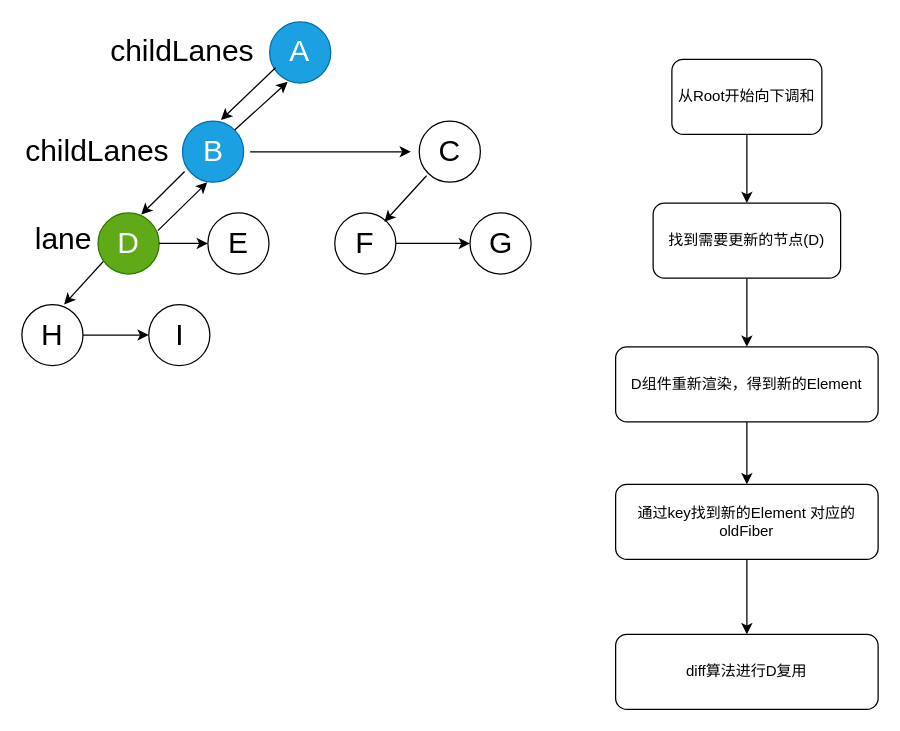
Before: React/diff/2.调和过程.drawio in YoungMandy/Web-Front, a draw.io diagram. Source tidied: cells renumbered, new cells numbered last; positions are measured from the earlier drawing's top-left corner, leaving out a move shared by most shapes. Both pictures are drawn from the tidied source at 125%, with x=0, y=0 at pixel (21, 21).
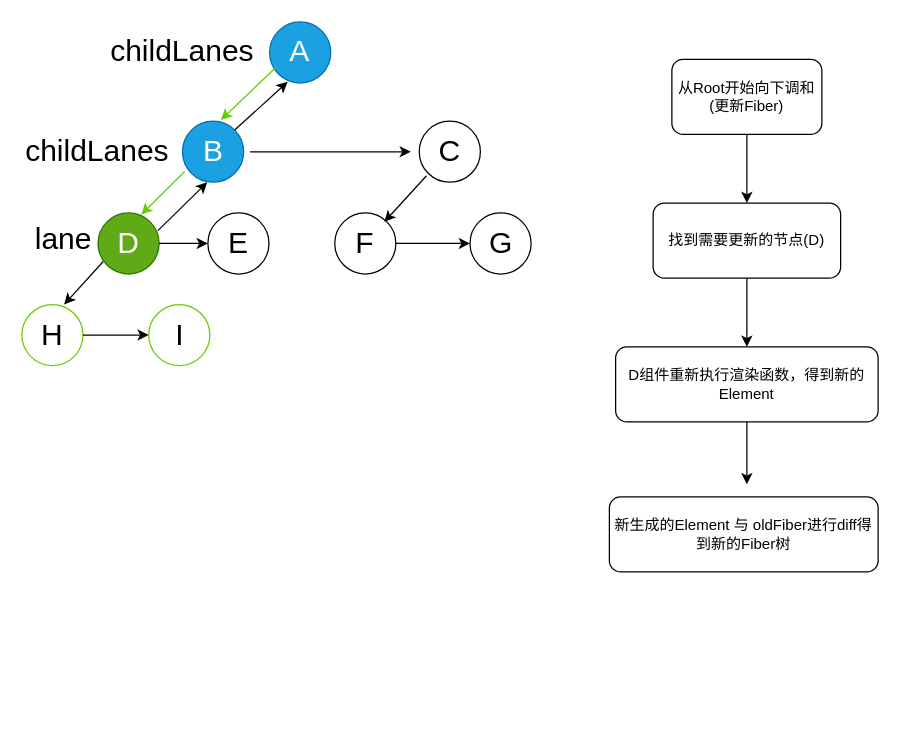
Above is the later version.

The change refers to these unchanged cells:
```xml
<mxCell id="13" value="B" style="ellipse;whiteSpace=wrap;html=1;fontSize=24;fillColor=#1ba1e2;fontColor=#ffffff;strokeColor=#006EAF;" parent="1" vertex="1">
  <mxGeometry x="128.5" y="79.4" width="48.9" height="48.9" as="geometry" />
</mxCell>
<mxCell id="15" value="D" style="ellipse;whiteSpace=wrap;html=1;fontSize=24;labelBackgroundColor=none;fillColor=#60a917;fontColor=#ffffff;strokeColor=#2D7600;" parent="1" vertex="1">
  <mxGeometry x="60.9" y="152.8" width="48.9" height="48.9" as="geometry" />
</mxCell>
```

Change to the diagram source:
```diff
@@
-    <mxCell id="4" value="从Root开始向下调和" style="rounded=1;whiteSpace=wrap;html=1;" parent="1" vertex="1">
+    <mxCell id="4" value="从Root开始向下调和(更新Fiber)" style="rounded=1;whiteSpace=wrap;html=1;" parent="1" vertex="1">
       <mxGeometry x="520" y="30" width="120" height="60" as="geometry" />
     </mxCell>
@@
-    <mxCell id="7" style="edgeStyle=none;html=1;" parent="1" edge="1" source="8" target="10">
-      <mxGeometry relative="1" as="geometry" />
+    <mxCell id="7" style="edgeStyle=none;html=1;" parent="1" edge="1" source="8">
+      <mxGeometry relative="1" as="geometry">
+        <mxPoint x="580" y="370" as="targetPoint" />
+      </mxGeometry>
     </mxCell>
-    <mxCell id="8" value="D组件重新渲染，得到新的Element" style="rounded=1;whiteSpace=wrap;html=1;" parent="1" vertex="1">
+    <mxCell id="8" value="D组件重新执行渲染函数，得到新的Element" style="rounded=1;whiteSpace=wrap;html=1;" parent="1" vertex="1">
       <mxGeometry x="475" y="260" width="210" height="60" as="geometry" />
     </mxCell>
-    <mxCell id="9" style="edgeStyle=none;html=1;" parent="1" edge="1" source="10" target="11">
-      <mxGeometry relative="1" as="geometry" />
-    </mxCell>
-    <mxCell id="10" value="通过key找到新的Element 对应的oldFiber" style="rounded=1;whiteSpace=wrap;html=1;" parent="1" vertex="1">
-      <mxGeometry x="475" y="370" width="210" height="60" as="geometry" />
-    </mxCell>
-    <mxCell id="11" value="diff算法进行D复用" style="rounded=1;whiteSpace=wrap;html=1;" parent="1" vertex="1">
-      <mxGeometry x="475" y="490" width="210" height="60" as="geometry" />
+    <mxCell id="11" value="新生成的Element 与 oldFiber进行diff得到新的Fiber树" style="rounded=1;whiteSpace=wrap;html=1;" parent="1" vertex="1">
+      <mxGeometry x="470" y="380" width="215" height="60" as="geometry" />
     </mxCell>
@@
-    <mxCell id="19" value="H" style="ellipse;whiteSpace=wrap;html=1;fontSize=24;" parent="1" vertex="1">
+    <mxCell id="19" value="H" style="ellipse;whiteSpace=wrap;html=1;fontSize=24;strokeColor=#66CC00;" parent="1" vertex="1">
       <mxGeometry y="226.1" width="48.9" height="48.9" as="geometry" />
     </mxCell>
@@
-    <mxCell id="21" value="I" style="ellipse;whiteSpace=wrap;html=1;fontSize=24;" parent="1" vertex="1">
+    <mxCell id="21" value="I" style="ellipse;whiteSpace=wrap;html=1;fontSize=24;strokeColor=#66CC00;" parent="1" vertex="1">
       <mxGeometry x="101.5" y="226.1" width="48.9" height="48.9" as="geometry" />
     </mxCell>
-    <mxCell id="22" style="endArrow=classic;html=1;fontSize=24;entryX=0.629;entryY=-0.019;entryDx=0;entryDy=0;entryPerimeter=0;" parent="1" edge="1" target="13">
+    <mxCell id="22" style="endArrow=classic;html=1;fontSize=24;entryX=0.629;entryY=-0.019;entryDx=0;entryDy=0;entryPerimeter=0;strokeColor=#66CC00;" parent="1" edge="1" target="13">
       <mxGeometry relative="1" as="geometry">
         <mxPoint x="202.9" y="36.7" as="sourcePoint" />
       </mxGeometry>
     </mxCell>
@@
-    <mxCell id="24" style="endArrow=classic;html=1;fontSize=24;entryX=0.707;entryY=0.028;entryDx=0;entryDy=0;entryPerimeter=0;exitX=0.035;exitY=0.825;exitDx=0;exitDy=0;exitPerimeter=0;" parent="1" edge="1" source="13" target="15">
+    <mxCell id="24" style="endArrow=classic;html=1;fontSize=24;entryX=0.707;entryY=0.028;entryDx=0;entryDy=0;entryPerimeter=0;exitX=0.035;exitY=0.825;exitDx=0;exitDy=0;exitPerimeter=0;strokeColor=#66CC00;" parent="1" edge="1" source="13" target="15">
       <mxGeometry relative="1" as="geometry" />
     </mxCell>
```
